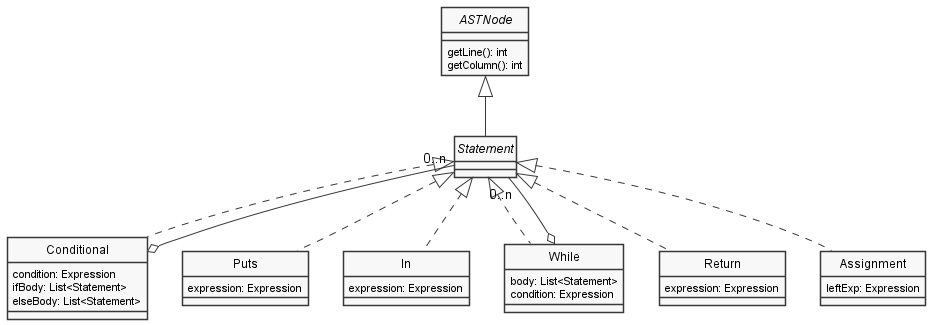
Earlier version of the PlantUML export docs/diagrams/Statements.png (uo271288/dlp-compiler).
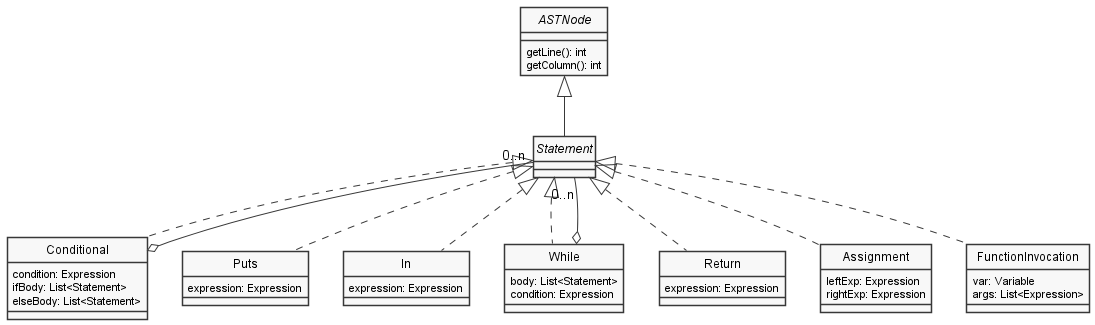
After the change.

Diff of the diagram source:
```diff
@@ -35,7 +35,12 @@
 
 class Assignment {
     leftExp: Expression
+    rightExp: Expression
+}
 
+class FunctionInvocation {
+    var: Variable
+    args: List<Expression>
 }
 
 ASTNode <|-- Statement
@@ -47,6 +52,6 @@
 Statement <|.. Puts
 Conditional o-- "0..n" Statement
 While o-- "0..n" Statement
-
+Statement <|.. FunctionInvocation
 
 @enduml
```
